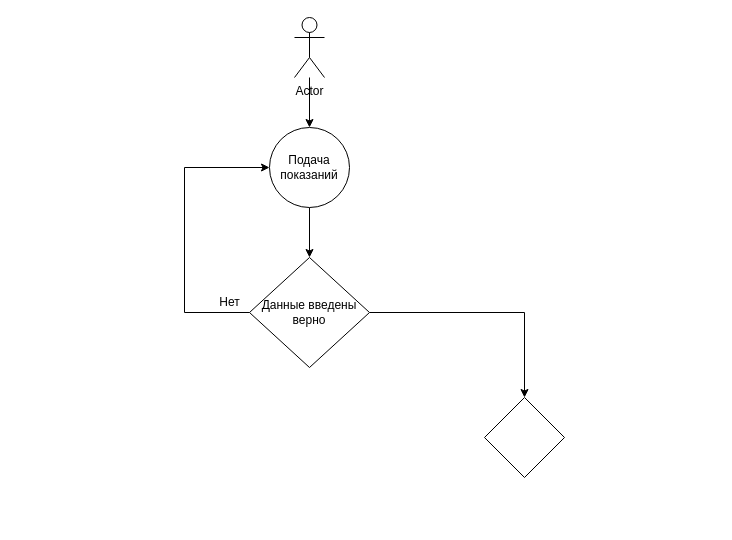
The draw.io diagram Graph1.drawio in I-ICUPRO/Graph, before the edit. Source tidied: cells renumbered, new cells numbered last; positions are measured from the earlier drawing's top-left corner, leaving out a move shared by most shapes. Both pictures are drawn from the tidied source at 100%, with x=0, y=0 at pixel (184, 17).
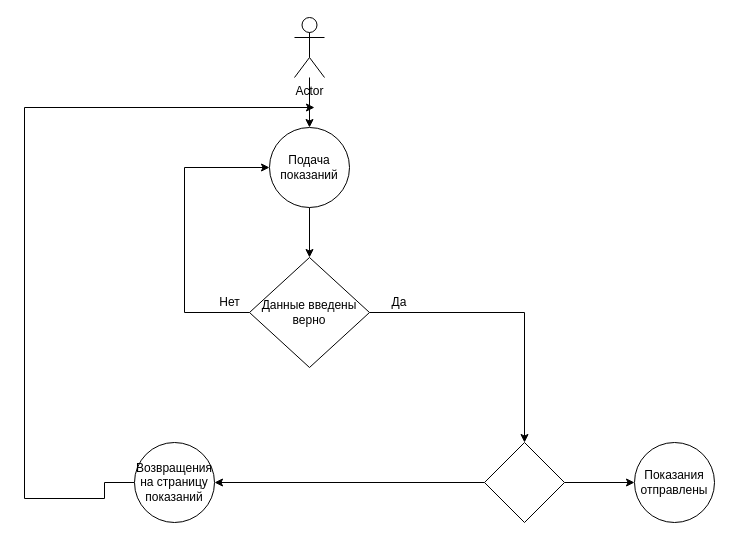
The same diagram, later.

Diff of the diagram source:
```diff
@@
+    <mxCell id="11" style="edgeStyle=orthogonalEdgeStyle;rounded=0;jettySize=auto;html=1;" parent="1" edge="1" source="10" target="14">
+      <mxGeometry relative="1" as="geometry" />
+    </mxCell>
+    <mxCell id="12" style="edgeStyle=orthogonalEdgeStyle;rounded=0;jettySize=auto;html=1;" parent="1" edge="1" source="10" target="16">
+      <mxGeometry relative="1" as="geometry" />
+    </mxCell>
     <mxCell id="10" style="rhombus;whiteSpace=wrap;html=1;" parent="1" vertex="1">
-      <mxGeometry x="300" y="380" width="80" height="80" as="geometry" />
+      <mxGeometry x="300" y="425" width="80" height="80" as="geometry" />
     </mxCell>
+    <mxCell id="13" value="Да" style="text;html=1;align=center;verticalAlign=middle;whiteSpace=wrap;rounded=0;" parent="1" vertex="1">
+      <mxGeometry x="185" y="270" width="60" height="30" as="geometry" />
+    </mxCell>
+    <mxCell id="14" value="Показания&lt;div&gt;отправлены&lt;/div&gt;" style="ellipse;whiteSpace=wrap;html=1;" parent="1" vertex="1">
+      <mxGeometry x="450" y="425" width="80" height="80" as="geometry" />
+    </mxCell>
+    <mxCell id="15" style="edgeStyle=orthogonalEdgeStyle;rounded=0;jettySize=auto;html=1;exitX=0;exitY=0.5;exitDx=0;exitDy=0;" parent="1" edge="1" source="16">
+      <mxGeometry relative="1" as="geometry">
+        <mxPoint x="130" y="90" as="targetPoint" />
+        <Array as="points">
+          <mxPoint x="-80" y="481" />
+          <mxPoint x="-160" y="481" />
+          <mxPoint x="-160" y="90" />
+        </Array>
+      </mxGeometry>
+    </mxCell>
+    <mxCell id="16" value="Возвращения на страницу показаний" style="ellipse;whiteSpace=wrap;html=1;" parent="1" vertex="1">
+      <mxGeometry x="-50" y="425" width="80" height="80" as="geometry" />
+    </mxCell>
```
